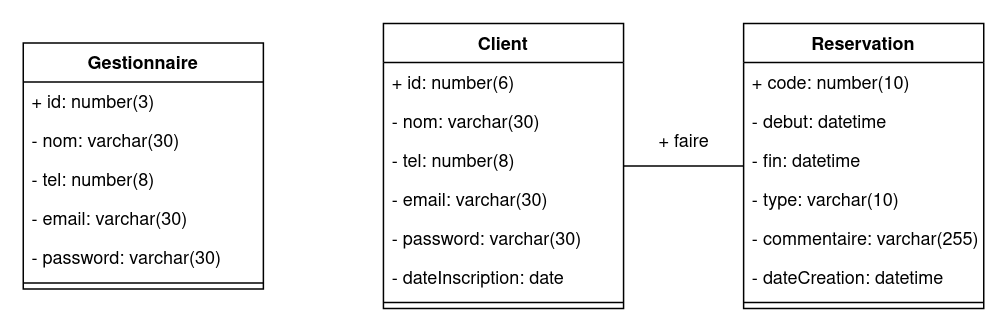
The draw.io diagram diagrams/class diagram.png in HazemKaroui/Conception-projet-lavage, before a commit. Source tidied: cells renumbered, new cells last; positions are measured from the earlier drawing's top-left corner, leaving out a move shared by most shapes. The source it was exported from:
```xml
<mxGraphModel>
  <root>
    <mxCell id="0" />
    <mxCell id="1" parent="0" />
    <mxCell id="2" value="Client" style="swimlane;fontStyle=1;align=center;verticalAlign=top;horizontal=1;startSize=26;" parent="1" vertex="1">
      <mxGeometry x="240" width="160" height="190" as="geometry" />
    </mxCell>
    <mxCell id="3" value="+ id: number(6)" style="text;strokeColor=none;fillColor=none;align=left;verticalAlign=top;spacingLeft=4;spacingRight=4;overflow=hidden;" parent="2" vertex="1">
      <mxGeometry y="26" width="160" height="26" as="geometry" />
    </mxCell>
    <mxCell id="4" value="- nom: varchar(30)" style="text;strokeColor=none;fillColor=none;align=left;verticalAlign=top;spacingLeft=4;spacingRight=4;overflow=hidden;" parent="2" vertex="1">
      <mxGeometry y="52" width="160" height="26" as="geometry" />
    </mxCell>
    <mxCell id="5" value="- tel: number(8)" style="text;strokeColor=none;fillColor=none;align=left;verticalAlign=top;spacingLeft=4;spacingRight=4;overflow=hidden;" parent="2" vertex="1">
      <mxGeometry y="78" width="160" height="26" as="geometry" />
    </mxCell>
    <mxCell id="6" value="- email: varchar(30)" style="text;strokeColor=none;fillColor=none;align=left;verticalAlign=top;spacingLeft=4;spacingRight=4;overflow=hidden;" parent="2" vertex="1">
      <mxGeometry y="104" width="160" height="26" as="geometry" />
    </mxCell>
    <mxCell id="7" value="- password: varchar(30)" style="text;strokeColor=none;fillColor=none;align=left;verticalAlign=top;spacingLeft=4;spacingRight=4;overflow=hidden;" parent="2" vertex="1">
      <mxGeometry y="130" width="160" height="26" as="geometry" />
    </mxCell>
    <mxCell id="8" value="- dateInscription: date" style="text;strokeColor=none;fillColor=none;align=left;verticalAlign=top;spacingLeft=4;spacingRight=4;overflow=hidden;" parent="2" vertex="1">
      <mxGeometry y="156" width="160" height="26" as="geometry" />
    </mxCell>
    <mxCell id="9" style="line;strokeWidth=1;fillColor=none;align=left;verticalAlign=middle;spacingTop=-1;spacingLeft=3;spacingRight=3;labelPosition=right;" parent="2" vertex="1">
      <mxGeometry y="182" width="160" height="8" as="geometry" />
    </mxCell>
    <mxCell id="10" value="Gestionnaire" style="swimlane;fontStyle=1;align=center;verticalAlign=top;horizontal=1;startSize=26;" parent="1" vertex="1">
      <mxGeometry y="13" width="160" height="164" as="geometry" />
    </mxCell>
    <mxCell id="11" value="+ id: number(3)" style="text;strokeColor=none;fillColor=none;align=left;verticalAlign=top;spacingLeft=4;spacingRight=4;overflow=hidden;" parent="10" vertex="1">
      <mxGeometry y="26" width="160" height="26" as="geometry" />
    </mxCell>
    <mxCell id="12" value="- nom: varchar(30)" style="text;strokeColor=none;fillColor=none;align=left;verticalAlign=top;spacingLeft=4;spacingRight=4;overflow=hidden;" parent="10" vertex="1">
      <mxGeometry y="52" width="160" height="26" as="geometry" />
    </mxCell>
    <mxCell id="13" value="- tel: number(8)" style="text;strokeColor=none;fillColor=none;align=left;verticalAlign=top;spacingLeft=4;spacingRight=4;overflow=hidden;" parent="10" vertex="1">
      <mxGeometry y="78" width="160" height="26" as="geometry" />
    </mxCell>
    <mxCell id="14" value="- email: varchar(30)" style="text;strokeColor=none;fillColor=none;align=left;verticalAlign=top;spacingLeft=4;spacingRight=4;overflow=hidden;" parent="10" vertex="1">
      <mxGeometry y="104" width="160" height="26" as="geometry" />
    </mxCell>
    <mxCell id="15" value="- password: varchar(30)" style="text;strokeColor=none;fillColor=none;align=left;verticalAlign=top;spacingLeft=4;spacingRight=4;overflow=hidden;" parent="10" vertex="1">
      <mxGeometry y="130" width="160" height="26" as="geometry" />
    </mxCell>
    <mxCell id="16" style="line;strokeWidth=1;fillColor=none;align=left;verticalAlign=middle;spacingTop=-1;spacingLeft=3;spacingRight=3;labelPosition=right;" parent="10" vertex="1">
      <mxGeometry y="156" width="160" height="8" as="geometry" />
    </mxCell>
    <mxCell id="17" value="Reservation" style="swimlane;fontStyle=1;align=center;verticalAlign=top;horizontal=1;startSize=26;" parent="1" vertex="1">
      <mxGeometry x="480" width="160" height="190" as="geometry" />
    </mxCell>
    <mxCell id="18" value="+ code: number(10)" style="text;strokeColor=none;fillColor=none;align=left;verticalAlign=top;spacingLeft=4;spacingRight=4;overflow=hidden;" parent="17" vertex="1">
      <mxGeometry y="26" width="160" height="26" as="geometry" />
    </mxCell>
    <mxCell id="19" value="- debut: datetime" style="text;strokeColor=none;fillColor=none;align=left;verticalAlign=top;spacingLeft=4;spacingRight=4;overflow=hidden;" parent="17" vertex="1">
      <mxGeometry y="52" width="160" height="26" as="geometry" />
    </mxCell>
    <mxCell id="20" value="- fin: datetime" style="text;strokeColor=none;fillColor=none;align=left;verticalAlign=top;spacingLeft=4;spacingRight=4;overflow=hidden;" parent="17" vertex="1">
      <mxGeometry y="78" width="160" height="26" as="geometry" />
    </mxCell>
    <mxCell id="21" value="- type: varchar(10)" style="text;strokeColor=none;fillColor=none;align=left;verticalAlign=top;spacingLeft=4;spacingRight=4;overflow=hidden;" parent="17" vertex="1">
      <mxGeometry y="104" width="160" height="26" as="geometry" />
    </mxCell>
    <mxCell id="22" value="- commentaire: varchar(255)" style="text;strokeColor=none;fillColor=none;align=left;verticalAlign=top;spacingLeft=4;spacingRight=4;overflow=hidden;" parent="17" vertex="1">
      <mxGeometry y="130" width="160" height="26" as="geometry" />
    </mxCell>
    <mxCell id="23" value="- dateCreation: datetime" style="text;strokeColor=none;fillColor=none;align=left;verticalAlign=top;spacingLeft=4;spacingRight=4;overflow=hidden;" parent="17" vertex="1">
      <mxGeometry y="156" width="160" height="26" as="geometry" />
    </mxCell>
    <mxCell id="24" style="line;strokeWidth=1;fillColor=none;align=left;verticalAlign=middle;spacingTop=-1;spacingLeft=3;spacingRight=3;labelPosition=right;" parent="17" vertex="1">
      <mxGeometry y="182" width="160" height="8" as="geometry" />
    </mxCell>
    <mxCell id="25" style="edgeStyle=orthogonalEdgeStyle;rounded=0;jettySize=auto;html=1;endArrow=none;endFill=0;" parent="1" edge="1" source="2" target="17">
      <mxGeometry relative="1" as="geometry" />
    </mxCell>
    <mxCell id="26" value="+ faire" style="text;html=1;align=center;verticalAlign=middle;strokeColor=none;fillColor=none;" parent="1" vertex="1">
      <mxGeometry x="415" y="70" width="50" height="20" as="geometry" />
    </mxCell>
  </root>
</mxGraphModel>
```
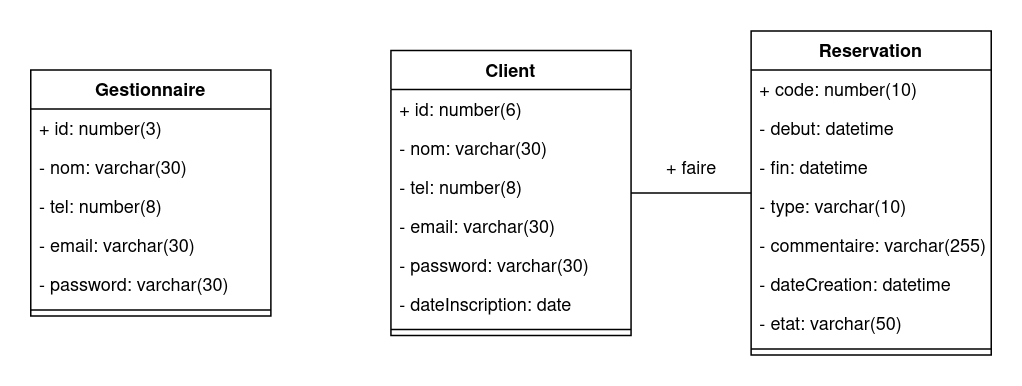
After the commit.

Change to the diagram source:
```diff
@@ -48,7 +48,7 @@
       <mxGeometry y="156" width="160" height="8" as="geometry" />
     </mxCell>
     <mxCell id="17" value="Reservation" style="swimlane;fontStyle=1;align=center;verticalAlign=top;horizontal=1;startSize=26;" parent="1" vertex="1">
-      <mxGeometry x="480" width="160" height="190" as="geometry" />
+      <mxGeometry x="480" y="-13" width="160" height="216" as="geometry" />
     </mxCell>
     <mxCell id="18" value="+ code: number(10)" style="text;strokeColor=none;fillColor=none;align=left;verticalAlign=top;spacingLeft=4;spacingRight=4;overflow=hidden;" parent="17" vertex="1">
       <mxGeometry y="26" width="160" height="26" as="geometry" />
@@ -68,8 +68,11 @@
     <mxCell id="23" value="- dateCreation: datetime" style="text;strokeColor=none;fillColor=none;align=left;verticalAlign=top;spacingLeft=4;spacingRight=4;overflow=hidden;" parent="17" vertex="1">
       <mxGeometry y="156" width="160" height="26" as="geometry" />
     </mxCell>
+    <mxCell id="27" value="- etat: varchar(50)" style="text;strokeColor=none;fillColor=none;align=left;verticalAlign=top;spacingLeft=4;spacingRight=4;overflow=hidden;" parent="17" vertex="1">
+      <mxGeometry y="182" width="160" height="26" as="geometry" />
+    </mxCell>
     <mxCell id="24" style="line;strokeWidth=1;fillColor=none;align=left;verticalAlign=middle;spacingTop=-1;spacingLeft=3;spacingRight=3;labelPosition=right;" parent="17" vertex="1">
-      <mxGeometry y="182" width="160" height="8" as="geometry" />
+      <mxGeometry y="208" width="160" height="8" as="geometry" />
     </mxCell>
     <mxCell id="25" style="edgeStyle=orthogonalEdgeStyle;rounded=0;jettySize=auto;html=1;endArrow=none;endFill=0;" parent="1" edge="1" source="2" target="17">
       <mxGeometry relative="1" as="geometry" />
```
